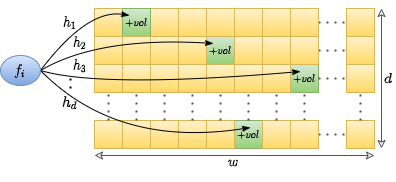
KULeuven-Diepenbeek/nids_workshop keeps this draw.io diagram as images/counting/CM_sketch.png. Above is the earlier version. Source tidied: cells renumbered, new cells last; positions are measured from the earlier drawing's top-left corner, leaving out a move shared by most shapes.
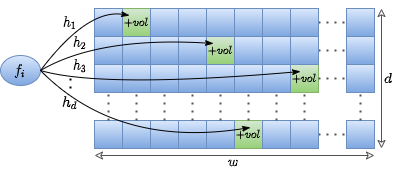
Above is the later version.

Change to the diagram source:
```diff
@@ -2,7 +2,7 @@
   <root>
     <mxCell id="0" />
     <mxCell id="1" parent="0" />
-    <mxCell id="2" style="rounded=0;whiteSpace=wrap;html=1;fillColor=#fff2cc;strokeColor=#d6b656;gradientColor=#ffd966;" parent="1" vertex="1">
+    <mxCell id="2" style="rounded=0;whiteSpace=wrap;html=1;fillColor=#dae8fc;strokeColor=#6c8ebf;gradientColor=#7ea6e0;" parent="1" vertex="1">
       <mxGeometry x="346" width="28" height="28" as="geometry" />
     </mxCell>
     <mxCell id="3" style="rounded=0;whiteSpace=wrap;html=1;fillColor=#fff2cc;gradientColor=#ffd966;strokeColor=#d6b656;" parent="1" vertex="1">
@@ -29,13 +29,13 @@
     <mxCell id="10" value="&lt;span&gt;&lt;font style=&quot;font-size: 10px&quot;&gt;$$C_{12}$$&lt;/font&gt;&lt;/span&gt;" style="rounded=0;whiteSpace=wrap;html=1;fillColor=#fff2cc;gradientColor=#ffd966;strokeColor=#d6b656;" parent="1" vertex="1">
       <mxGeometry x="122" width="28" height="28" as="geometry" />
     </mxCell>
-    <mxCell id="11" style="rounded=0;whiteSpace=wrap;html=1;fillColor=#fff2cc;strokeColor=#d6b656;gradientColor=#ffd966;" parent="1" vertex="1">
+    <mxCell id="11" style="rounded=0;whiteSpace=wrap;html=1;fillColor=#dae8fc;strokeColor=#6c8ebf;gradientColor=#7ea6e0;" parent="1" vertex="1">
       <mxGeometry x="346" y="28" width="28" height="28" as="geometry" />
     </mxCell>
-    <mxCell id="12" style="rounded=0;whiteSpace=wrap;html=1;fillColor=#fff2cc;strokeColor=#d6b656;gradientColor=#ffd966;" parent="1" vertex="1">
+    <mxCell id="12" style="rounded=0;whiteSpace=wrap;html=1;fillColor=#dae8fc;strokeColor=#6c8ebf;gradientColor=#7ea6e0;" parent="1" vertex="1">
       <mxGeometry x="346" y="56" width="28" height="28" as="geometry" />
     </mxCell>
-    <mxCell id="13" style="rounded=0;whiteSpace=wrap;html=1;fillColor=#fff2cc;strokeColor=#d6b656;gradientColor=#ffd966;" parent="1" vertex="1">
+    <mxCell id="13" style="rounded=0;whiteSpace=wrap;html=1;fillColor=#dae8fc;strokeColor=#6c8ebf;gradientColor=#7ea6e0;" parent="1" vertex="1">
       <mxGeometry x="346" y="112" width="28" height="28" as="geometry" />
     </mxCell>
     <mxCell id="14" style="rounded=0;whiteSpace=wrap;html=1;fillColor=#fff2cc;strokeColor=#d6b656;gradientColor=#ffd966;" parent="1" vertex="1">
@@ -50,7 +50,7 @@
     <mxCell id="17" style="rounded=0;whiteSpace=wrap;html=1;fillColor=#fff2cc;gradientColor=#ffd966;strokeColor=#d6b656;" parent="1" vertex="1">
       <mxGeometry x="262" y="28" width="28" height="28" as="geometry" />
     </mxCell>
-    <mxCell id="18" value="&lt;font style=&quot;font-size: 9px&quot;&gt;$$+vol$$&lt;/font&gt;" style="rounded=0;whiteSpace=wrap;html=1;gradientColor=#97d077;fillColor=#d5e8d4;strokeColor=#82b366;" parent="1" vertex="1">
+    <mxCell id="18" value="&lt;font style=&quot;font-size: 10px&quot;&gt;$$+vol$$&lt;/font&gt;" style="rounded=0;whiteSpace=wrap;html=1;gradientColor=#97d077;fillColor=#d5e8d4;strokeColor=#82b366;" parent="1" vertex="1">
       <mxGeometry x="206" y="28" width="28" height="28" as="geometry" />
     </mxCell>
     <mxCell id="19" style="rounded=0;whiteSpace=wrap;html=1;fillColor=#fff2cc;gradientColor=#ffd966;strokeColor=#d6b656;" parent="1" vertex="1">
@@ -62,10 +62,10 @@
     <mxCell id="21" style="rounded=0;whiteSpace=wrap;html=1;fillColor=#fff2cc;gradientColor=#ffd966;strokeColor=#d6b656;" parent="1" vertex="1">
       <mxGeometry x="122" y="28" width="28" height="28" as="geometry" />
     </mxCell>
-    <mxCell id="22" style="rounded=0;whiteSpace=wrap;html=1;fillColor=#fff2cc;strokeColor=#d6b656;gradientColor=#ffd966;" parent="1" vertex="1">
+    <mxCell id="22" style="rounded=0;whiteSpace=wrap;html=1;fillColor=#dae8fc;strokeColor=#6c8ebf;gradientColor=#7ea6e0;" parent="1" vertex="1">
       <mxGeometry x="94" y="56" width="28" height="28" as="geometry" />
     </mxCell>
-    <mxCell id="23" value="&lt;span style=&quot;font-size: 9px&quot;&gt;$$+vol$$&lt;/span&gt;" style="rounded=0;whiteSpace=wrap;html=1;fillColor=#d5e8d4;strokeColor=#82b366;gradientColor=#97d077;" parent="1" vertex="1">
+    <mxCell id="23" value="&lt;font style=&quot;font-size: 10px&quot;&gt;$$+vol$$&lt;/font&gt;" style="rounded=0;whiteSpace=wrap;html=1;fillColor=#d5e8d4;strokeColor=#82b366;gradientColor=#97d077;" parent="1" vertex="1">
       <mxGeometry x="290" y="56" width="28" height="28" as="geometry" />
     </mxCell>
     <mxCell id="24" style="rounded=0;whiteSpace=wrap;html=1;fillColor=#fff2cc;strokeColor=#d6b656;gradientColor=#ffd966;" parent="1" vertex="1">
@@ -77,46 +77,39 @@
     <mxCell id="26" style="rounded=0;whiteSpace=wrap;html=1;fillColor=#fff2cc;strokeColor=#d6b656;gradientColor=#ffd966;" parent="1" vertex="1">
       <mxGeometry x="206" y="56" width="28" height="28" as="geometry" />
     </mxCell>
-    <mxCell id="27" style="rounded=0;whiteSpace=wrap;html=1;fillColor=#fff2cc;strokeColor=#d6b656;gradientColor=#ffd966;" parent="1" vertex="1">
+    <mxCell id="27" style="rounded=0;whiteSpace=wrap;html=1;fillColor=#dae8fc;strokeColor=#6c8ebf;gradientColor=#7ea6e0;" parent="1" vertex="1">
       <mxGeometry x="178" y="56" width="28" height="28" as="geometry" />
     </mxCell>
-    <mxCell id="28" style="rounded=0;whiteSpace=wrap;html=1;fillColor=#fff2cc;strokeColor=#d6b656;gradientColor=#ffd966;" parent="1" vertex="1">
+    <mxCell id="28" style="rounded=0;whiteSpace=wrap;html=1;fillColor=#dae8fc;strokeColor=#6c8ebf;gradientColor=#7ea6e0;" parent="1" vertex="1">
       <mxGeometry x="150" y="56" width="28" height="28" as="geometry" />
     </mxCell>
-    <mxCell id="29" style="rounded=0;whiteSpace=wrap;html=1;fillColor=#fff2cc;strokeColor=#d6b656;gradientColor=#ffd966;" parent="1" vertex="1">
+    <mxCell id="29" style="rounded=0;whiteSpace=wrap;html=1;fillColor=#dae8fc;strokeColor=#6c8ebf;gradientColor=#7ea6e0;" parent="1" vertex="1">
       <mxGeometry x="122" y="56" width="28" height="28" as="geometry" />
     </mxCell>
-    <mxCell id="30" style="rounded=0;whiteSpace=wrap;html=1;fillColor=#fff2cc;strokeColor=#d6b656;gradientColor=#ffd966;" parent="1" vertex="1">
+    <mxCell id="30" style="rounded=0;whiteSpace=wrap;html=1;fillColor=#dae8fc;strokeColor=#6c8ebf;gradientColor=#7ea6e0;" parent="1" vertex="1">
       <mxGeometry x="94" y="112" width="28" height="28" as="geometry" />
     </mxCell>
     <mxCell id="31" style="rounded=0;whiteSpace=wrap;html=1;fillColor=#fff2cc;gradientColor=#ffd966;strokeColor=#d6b656;" parent="1" vertex="1">
       <mxGeometry x="290" y="112" width="28" height="28" as="geometry" />
     </mxCell>
-    <mxCell id="32" value="&lt;span style=&quot;font-size: 9px&quot;&gt;$$+vol$$&lt;/span&gt;" style="rounded=0;whiteSpace=wrap;html=1;fillColor=#d5e8d4;strokeColor=#82b366;gradientColor=#97d077;" parent="1" vertex="1">
+    <mxCell id="32" value="&lt;font style=&quot;font-size: 10px&quot;&gt;$$+vol$$&lt;/font&gt;" style="rounded=0;whiteSpace=wrap;html=1;fillColor=#d5e8d4;strokeColor=#82b366;gradientColor=#97d077;" parent="1" vertex="1">
       <mxGeometry x="234" y="112" width="28" height="28" as="geometry" />
     </mxCell>
-    <mxCell id="33" style="rounded=0;whiteSpace=wrap;html=1;fillColor=#fff2cc;strokeColor=#d6b656;gradientColor=#ffd966;" parent="1" vertex="1">
+    <mxCell id="33" style="rounded=0;whiteSpace=wrap;html=1;fillColor=#dae8fc;strokeColor=#6c8ebf;gradientColor=#7ea6e0;" parent="1" vertex="1">
       <mxGeometry x="262" y="112" width="28" height="28" as="geometry" />
     </mxCell>
-    <mxCell id="34" style="rounded=0;whiteSpace=wrap;html=1;fillColor=#fff2cc;strokeColor=#d6b656;gradientColor=#ffd966;" parent="1" vertex="1">
+    <mxCell id="34" style="rounded=0;whiteSpace=wrap;html=1;fillColor=#dae8fc;strokeColor=#6c8ebf;gradientColor=#7ea6e0;" parent="1" vertex="1">
       <mxGeometry x="206" y="112" width="28" height="28" as="geometry" />
     </mxCell>
-    <mxCell id="35" style="rounded=0;whiteSpace=wrap;html=1;fillColor=#fff2cc;strokeColor=#d6b656;gradientColor=#ffd966;" parent="1" vertex="1">
+    <mxCell id="35" style="rounded=0;whiteSpace=wrap;html=1;fillColor=#dae8fc;strokeColor=#6c8ebf;gradientColor=#7ea6e0;" parent="1" vertex="1">
       <mxGeometry x="178" y="112" width="28" height="28" as="geometry" />
     </mxCell>
-    <mxCell id="36" style="rounded=0;whiteSpace=wrap;html=1;fillColor=#fff2cc;strokeColor=#d6b656;gradientColor=#ffd966;" parent="1" vertex="1">
+    <mxCell id="36" style="rounded=0;whiteSpace=wrap;html=1;fillColor=#dae8fc;strokeColor=#6c8ebf;gradientColor=#7ea6e0;" parent="1" vertex="1">
       <mxGeometry x="150" y="112" width="28" height="28" as="geometry" />
     </mxCell>
-    <mxCell id="37" style="rounded=0;whiteSpace=wrap;html=1;fillColor=#fff2cc;strokeColor=#d6b656;gradientColor=#ffd966;" parent="1" vertex="1">
+    <mxCell id="37" style="rounded=0;whiteSpace=wrap;html=1;fillColor=#dae8fc;strokeColor=#6c8ebf;gradientColor=#7ea6e0;" parent="1" vertex="1">
       <mxGeometry x="122" y="112" width="28" height="28" as="geometry" />
     </mxCell>
-    <mxCell id="38" style="curved=1;endArrow=classicThin;html=1;exitX=1;exitY=0.5;exitDx=0;exitDy=0;endFill=1;entryX=0.357;entryY=0.25;entryDx=0;entryDy=0;entryPerimeter=0;" parent="1" edge="1" source="80" target="23">
-      <mxGeometry relative="1" as="geometry">
-        <Array as="points">
-          <mxPoint x="101.5" y="80" />
-        </Array>
-      </mxGeometry>
-    </mxCell>
     <mxCell id="39" style="endArrow=classic;startArrow=classic;html=1;endFill=0;startFill=0;fillColor=#fff2cc;gradientColor=#ffd966;strokeColor=#525252;" parent="1" edge="1">
       <mxGeometry relative="1" as="geometry">
         <mxPoint x="381" y="140" as="sourcePoint" />
@@ -192,7 +185,7 @@
     <mxCell id="61" style="rounded=0;whiteSpace=wrap;html=1;fillColor=#fff2cc;gradientColor=#ffd966;strokeColor=#d6b656;" parent="1" vertex="1">
       <mxGeometry x="206" width="28" height="28" as="geometry" />
     </mxCell>
-    <mxCell id="62" style="rounded=0;whiteSpace=wrap;html=1;fillColor=#fff2cc;strokeColor=#d6b656;gradientColor=#ffd966;" parent="1" vertex="1">
+    <mxCell id="62" style="rounded=0;whiteSpace=wrap;html=1;fillColor=#dae8fc;strokeColor=#6c8ebf;gradientColor=#7ea6e0;" parent="1" vertex="1">
       <mxGeometry x="290" y="112" width="28" height="28" as="geometry" />
     </mxCell>
     <mxCell id="63" style="rounded=0;whiteSpace=wrap;html=1;fillColor=#fff2cc;strokeColor=#d6b656;gradientColor=#ffd966;" parent="1" vertex="1">
@@ -201,7 +194,7 @@
     <mxCell id="64" style="rounded=0;whiteSpace=wrap;html=1;fillColor=#fff2cc;strokeColor=#d6b656;gradientColor=#ffd966;" parent="1" vertex="1">
       <mxGeometry x="150" width="28" height="28" as="geometry" />
     </mxCell>
-    <mxCell id="65" value="&lt;span&gt;&lt;font style=&quot;font-size: 9px&quot;&gt;$$+vol$$&lt;/font&gt;&lt;/span&gt;" style="rounded=0;whiteSpace=wrap;html=1;fillColor=#d5e8d4;strokeColor=#82b366;gradientColor=#97d077;" parent="1" vertex="1">
+    <mxCell id="65" value="&lt;span&gt;&lt;font style=&quot;font-size: 10px&quot;&gt;$$+vol$$&lt;/font&gt;&lt;/span&gt;" style="rounded=0;whiteSpace=wrap;html=1;fillColor=#d5e8d4;strokeColor=#82b366;gradientColor=#97d077;" parent="1" vertex="1">
       <mxGeometry x="122" width="28" height="28" as="geometry" />
     </mxCell>
     <mxCell id="66" style="rounded=0;whiteSpace=wrap;html=1;fillColor=#fff2cc;strokeColor=#d6b656;gradientColor=#ffd966;" parent="1" vertex="1">
@@ -231,26 +224,12 @@
     <mxCell id="74" style="rounded=0;whiteSpace=wrap;html=1;fillColor=#fff2cc;strokeColor=#d6b656;gradientColor=#ffd966;" parent="1" vertex="1">
       <mxGeometry x="178" y="28" width="28" height="28" as="geometry" />
     </mxCell>
-    <mxCell id="75" style="rounded=0;whiteSpace=wrap;html=1;fillColor=#fff2cc;strokeColor=#d6b656;gradientColor=#ffd966;" parent="1" vertex="1">
+    <mxCell id="75" style="rounded=0;whiteSpace=wrap;html=1;fillColor=#dae8fc;strokeColor=#6c8ebf;gradientColor=#7ea6e0;" parent="1" vertex="1">
       <mxGeometry x="150" y="28" width="28" height="28" as="geometry" />
     </mxCell>
     <mxCell id="76" style="rounded=0;whiteSpace=wrap;html=1;fillColor=#fff2cc;strokeColor=#d6b656;gradientColor=#ffd966;" parent="1" vertex="1">
       <mxGeometry x="122" y="28" width="28" height="28" as="geometry" />
     </mxCell>
-    <mxCell id="77" style="curved=1;endArrow=classicThin;html=1;exitX=1;exitY=0.5;exitDx=0;exitDy=0;endFill=1;entryX=0.25;entryY=0.25;entryDx=0;entryDy=0;entryPerimeter=0;" parent="1" edge="1" source="80" target="18">
-      <mxGeometry relative="1" as="geometry">
-        <Array as="points">
-          <mxPoint x="98" y="28" />
-        </Array>
-      </mxGeometry>
-    </mxCell>
-    <mxCell id="78" style="curved=1;endArrow=classicThin;html=1;exitX=1;exitY=0.5;exitDx=0;exitDy=0;endFill=1;entryX=0.25;entryY=0.25;entryDx=0;entryDy=0;entryPerimeter=0;" parent="1" edge="1" source="80" target="10">
-      <mxGeometry relative="1" as="geometry">
-        <Array as="points">
-          <mxPoint x="87" />
-        </Array>
-      </mxGeometry>
-    </mxCell>
     <mxCell id="79" style="curved=1;endArrow=classicThin;html=1;exitX=1;exitY=0.5;exitDx=0;exitDy=0;endFill=1;entryX=0.571;entryY=0.25;entryDx=0;entryDy=0;entryPerimeter=0;" parent="1" edge="1" source="80" target="32">
       <mxGeometry relative="1" as="geometry">
         <Array as="points">
@@ -279,5 +258,101 @@
         <mxPoint x="70" y="70" as="targetPoint" />
       </mxGeometry>
     </mxCell>
+    <mxCell id="86" style="rounded=0;whiteSpace=wrap;html=1;fillColor=#fff2cc;strokeColor=#d6b656;gradientColor=#ffd966;" parent="1" vertex="1">
+      <mxGeometry x="150" width="28" height="28" as="geometry" />
+    </mxCell>
+    <mxCell id="87" style="rounded=0;whiteSpace=wrap;html=1;fillColor=#fff2cc;strokeColor=#d6b656;gradientColor=#ffd966;" parent="1" vertex="1">
+      <mxGeometry x="290" width="28" height="28" as="geometry" />
+    </mxCell>
+    <mxCell id="88" style="rounded=0;whiteSpace=wrap;html=1;fillColor=#fff2cc;strokeColor=#d6b656;gradientColor=#ffd966;" parent="1" vertex="1">
+      <mxGeometry x="262" width="28" height="28" as="geometry" />
+    </mxCell>
+    <mxCell id="89" style="rounded=0;whiteSpace=wrap;html=1;fillColor=#fff2cc;strokeColor=#d6b656;gradientColor=#ffd966;" parent="1" vertex="1">
+      <mxGeometry x="234" width="28" height="28" as="geometry" />
+    </mxCell>
+    <mxCell id="90" style="rounded=0;whiteSpace=wrap;html=1;fillColor=#fff2cc;strokeColor=#d6b656;gradientColor=#ffd966;" parent="1" vertex="1">
+      <mxGeometry x="206" width="28" height="28" as="geometry" />
+    </mxCell>
+    <mxCell id="91" style="rounded=0;whiteSpace=wrap;html=1;fillColor=#fff2cc;strokeColor=#d6b656;gradientColor=#ffd966;" parent="1" vertex="1">
+      <mxGeometry x="178" width="28" height="28" as="geometry" />
+    </mxCell>
+    <mxCell id="92" style="rounded=0;whiteSpace=wrap;html=1;fillColor=#fff2cc;strokeColor=#d6b656;gradientColor=#ffd966;" parent="1" vertex="1">
+      <mxGeometry x="94" width="28" height="28" as="geometry" />
+    </mxCell>
+    <mxCell id="93" style="rounded=0;whiteSpace=wrap;html=1;fillColor=#fff2cc;strokeColor=#d6b656;gradientColor=#ffd966;" parent="1" vertex="1">
+      <mxGeometry x="94" y="28" width="28" height="28" as="geometry" />
+    </mxCell>
+    <mxCell id="94" style="rounded=0;whiteSpace=wrap;html=1;fillColor=#fff2cc;strokeColor=#d6b656;gradientColor=#ffd966;" parent="1" vertex="1">
+      <mxGeometry x="122" y="28" width="28" height="28" as="geometry" />
+    </mxCell>
+    <mxCell id="95" style="rounded=0;whiteSpace=wrap;html=1;fillColor=#dae8fc;strokeColor=#6c8ebf;gradientColor=#7ea6e0;" parent="1" vertex="1">
+      <mxGeometry x="150" width="28" height="28" as="geometry" />
+    </mxCell>
+    <mxCell id="96" style="rounded=0;whiteSpace=wrap;html=1;fillColor=#dae8fc;strokeColor=#6c8ebf;gradientColor=#7ea6e0;" parent="1" vertex="1">
+      <mxGeometry x="290" width="28" height="28" as="geometry" />
+    </mxCell>
+    <mxCell id="97" style="rounded=0;whiteSpace=wrap;html=1;fillColor=#dae8fc;strokeColor=#6c8ebf;gradientColor=#7ea6e0;" parent="1" vertex="1">
+      <mxGeometry x="262" width="28" height="28" as="geometry" />
+    </mxCell>
+    <mxCell id="98" style="rounded=0;whiteSpace=wrap;html=1;fillColor=#dae8fc;strokeColor=#6c8ebf;gradientColor=#7ea6e0;" parent="1" vertex="1">
+      <mxGeometry x="234" width="28" height="28" as="geometry" />
+    </mxCell>
+    <mxCell id="99" style="rounded=0;whiteSpace=wrap;html=1;fillColor=#dae8fc;strokeColor=#6c8ebf;gradientColor=#7ea6e0;" parent="1" vertex="1">
+      <mxGeometry x="206" width="28" height="28" as="geometry" />
+    </mxCell>
+    <mxCell id="100" style="rounded=0;whiteSpace=wrap;html=1;fillColor=#dae8fc;strokeColor=#6c8ebf;gradientColor=#7ea6e0;" parent="1" vertex="1">
+      <mxGeometry x="178" width="28" height="28" as="geometry" />
+    </mxCell>
+    <mxCell id="101" style="rounded=0;whiteSpace=wrap;html=1;fillColor=#dae8fc;strokeColor=#6c8ebf;gradientColor=#7ea6e0;" parent="1" vertex="1">
+      <mxGeometry x="94" width="28" height="28" as="geometry" />
+    </mxCell>
+    <mxCell id="102" style="rounded=0;whiteSpace=wrap;html=1;fillColor=#dae8fc;strokeColor=#6c8ebf;gradientColor=#7ea6e0;" parent="1" vertex="1">
+      <mxGeometry x="94" y="28" width="28" height="28" as="geometry" />
+    </mxCell>
+    <mxCell id="103" style="rounded=0;whiteSpace=wrap;html=1;fillColor=#dae8fc;strokeColor=#6c8ebf;gradientColor=#7ea6e0;" parent="1" vertex="1">
+      <mxGeometry x="122" y="28" width="28" height="28" as="geometry" />
+    </mxCell>
+    <mxCell id="104" style="rounded=0;whiteSpace=wrap;html=1;fillColor=#dae8fc;strokeColor=#6c8ebf;gradientColor=#7ea6e0;" parent="1" vertex="1">
+      <mxGeometry x="178" y="28" width="28" height="28" as="geometry" />
+    </mxCell>
+    <mxCell id="105" style="rounded=0;whiteSpace=wrap;html=1;fillColor=#dae8fc;strokeColor=#6c8ebf;gradientColor=#7ea6e0;" parent="1" vertex="1">
+      <mxGeometry x="234" y="28" width="28" height="28" as="geometry" />
+    </mxCell>
+    <mxCell id="106" style="rounded=0;whiteSpace=wrap;html=1;fillColor=#dae8fc;strokeColor=#6c8ebf;gradientColor=#7ea6e0;" parent="1" vertex="1">
+      <mxGeometry x="262" y="28" width="28" height="28" as="geometry" />
+    </mxCell>
+    <mxCell id="107" style="rounded=0;whiteSpace=wrap;html=1;fillColor=#dae8fc;strokeColor=#6c8ebf;gradientColor=#7ea6e0;" parent="1" vertex="1">
+      <mxGeometry x="290" y="28" width="28" height="28" as="geometry" />
+    </mxCell>
+    <mxCell id="108" style="rounded=0;whiteSpace=wrap;html=1;fillColor=#dae8fc;strokeColor=#6c8ebf;gradientColor=#7ea6e0;" parent="1" vertex="1">
+      <mxGeometry x="262" y="56" width="28" height="28" as="geometry" />
+    </mxCell>
+    <mxCell id="109" style="rounded=0;whiteSpace=wrap;html=1;fillColor=#dae8fc;strokeColor=#6c8ebf;gradientColor=#7ea6e0;" parent="1" vertex="1">
+      <mxGeometry x="234" y="56" width="28" height="28" as="geometry" />
+    </mxCell>
+    <mxCell id="110" style="rounded=0;whiteSpace=wrap;html=1;fillColor=#dae8fc;strokeColor=#6c8ebf;gradientColor=#7ea6e0;" parent="1" vertex="1">
+      <mxGeometry x="206" y="56" width="28" height="28" as="geometry" />
+    </mxCell>
+    <mxCell id="77" style="curved=1;endArrow=classicThin;html=1;exitX=1;exitY=0.5;exitDx=0;exitDy=0;endFill=1;entryX=0.25;entryY=0.25;entryDx=0;entryDy=0;entryPerimeter=0;" parent="1" edge="1" source="80" target="18">
+      <mxGeometry relative="1" as="geometry">
+        <Array as="points">
+          <mxPoint x="98" y="28" />
+        </Array>
+      </mxGeometry>
+    </mxCell>
+    <mxCell id="38" style="curved=1;endArrow=classicThin;html=1;exitX=1;exitY=0.5;exitDx=0;exitDy=0;endFill=1;entryX=0.357;entryY=0.25;entryDx=0;entryDy=0;entryPerimeter=0;" parent="1" edge="1" source="80" target="23">
+      <mxGeometry relative="1" as="geometry">
+        <Array as="points">
+          <mxPoint x="101.5" y="80" />
+        </Array>
+      </mxGeometry>
+    </mxCell>
+    <mxCell id="78" style="curved=1;endArrow=classicThin;html=1;exitX=1;exitY=0.5;exitDx=0;exitDy=0;endFill=1;entryX=0.25;entryY=0.25;entryDx=0;entryDy=0;entryPerimeter=0;" parent="1" edge="1" source="80" target="10">
+      <mxGeometry relative="1" as="geometry">
+        <Array as="points">
+          <mxPoint x="87" />
+        </Array>
+      </mxGeometry>
+    </mxCell>
   </root>
 </mxGraphModel>
```
